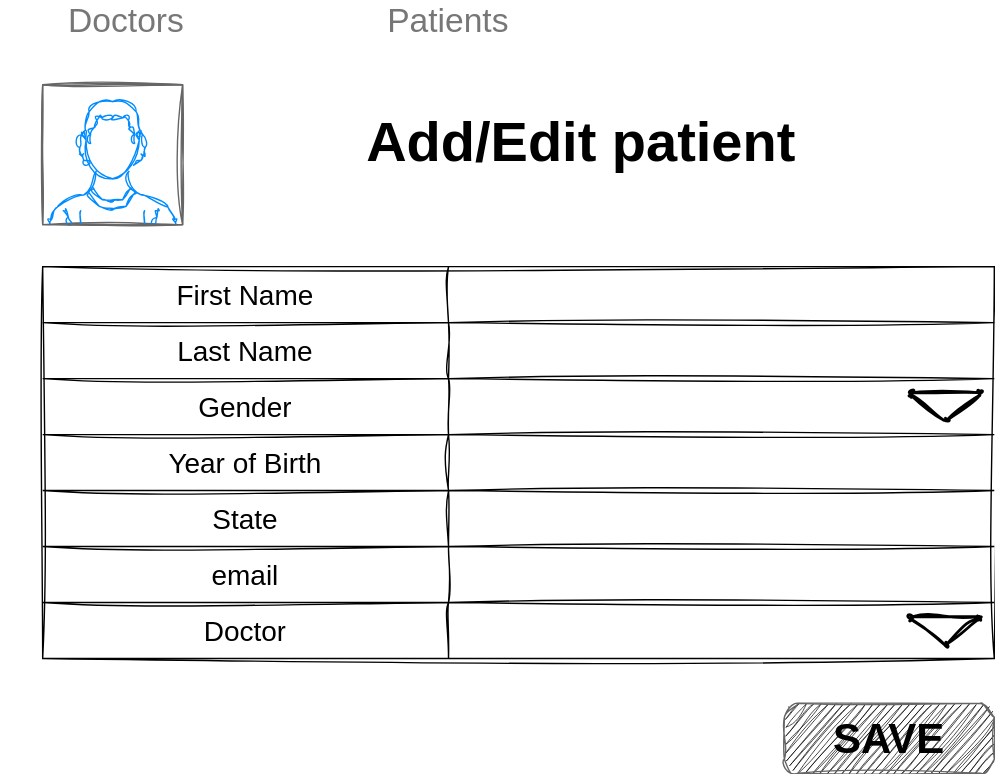
Above: documentation/mockups/Add-Edit-Patient.svg in DmytroY/EPAM_Flask (draw.io), before the change. Source tidied: cells renumbered, new cells last; positions are measured from the earlier drawing's top-left corner, leaving out a move shared by most shapes.
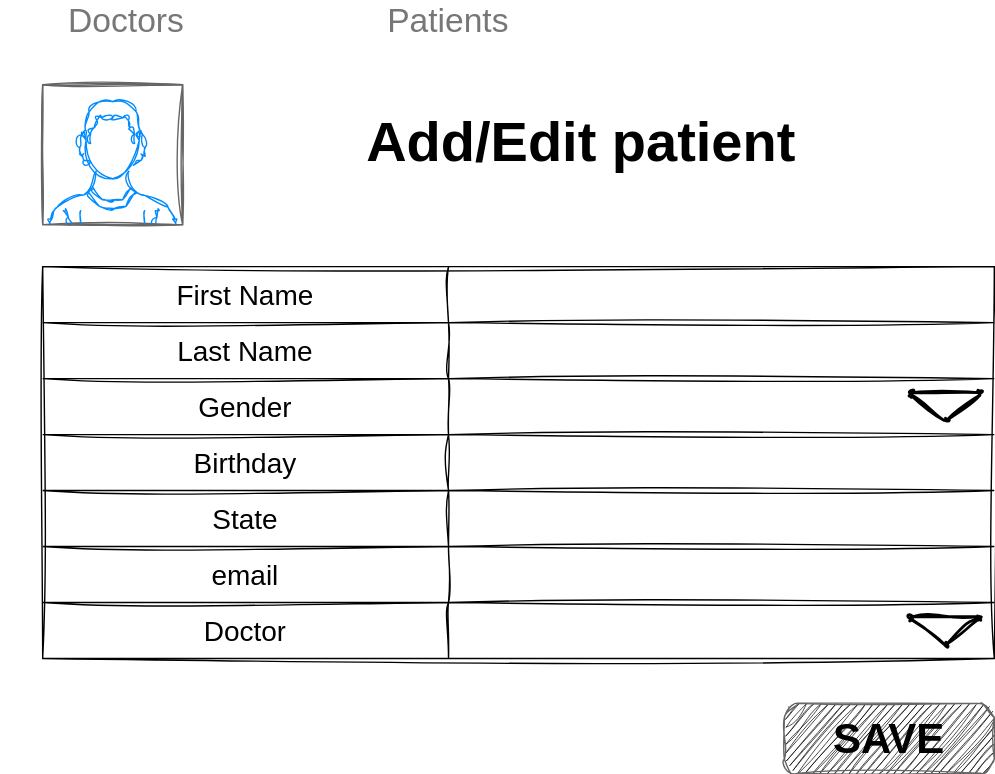
Above is the later version.

What changed in the source:
```diff
@@ -35,7 +35,7 @@
     <mxCell id="12" style="shape=tableRow;horizontal=0;startSize=0;swimlaneHead=0;swimlaneBody=0;strokeColor=inherit;top=0;left=0;bottom=0;right=0;fillColor=none;rounded=0;shadow=0;labelBorderColor=none;sketch=1;hachureGap=4;jiggle=2;curveFitting=1;fontFamily=Helvetica;fontSize=20;fontColor=#000000;html=0;" parent="2" vertex="1">
       <mxGeometry y="120" width="680" height="40" as="geometry" />
     </mxCell>
-    <mxCell id="13" value="Year of Birth" style="shape=partialRectangle;html=1;whiteSpace=wrap;strokeColor=inherit;overflow=hidden;fillColor=none;top=0;left=0;bottom=0;right=0;rounded=0;shadow=0;labelBorderColor=none;sketch=1;hachureGap=4;jiggle=2;curveFitting=1;fontFamily=Helvetica;fontSize=20;fontColor=#000000;" parent="12" vertex="1">
+    <mxCell id="13" value="Birthday" style="shape=partialRectangle;html=1;whiteSpace=wrap;strokeColor=inherit;overflow=hidden;fillColor=none;top=0;left=0;bottom=0;right=0;rounded=0;shadow=0;labelBorderColor=none;sketch=1;hachureGap=4;jiggle=2;curveFitting=1;fontFamily=Helvetica;fontSize=20;fontColor=#000000;" parent="12" vertex="1">
       <mxGeometry width="290" height="40" as="geometry" />
     </mxCell>
     <mxCell id="14" style="shape=partialRectangle;html=1;whiteSpace=wrap;strokeColor=inherit;overflow=hidden;fillColor=none;top=0;left=0;bottom=0;right=0;rounded=0;shadow=0;labelBorderColor=none;sketch=1;hachureGap=4;jiggle=2;curveFitting=1;fontFamily=Helvetica;fontSize=20;fontColor=#000000;" parent="12" vertex="1">
```
